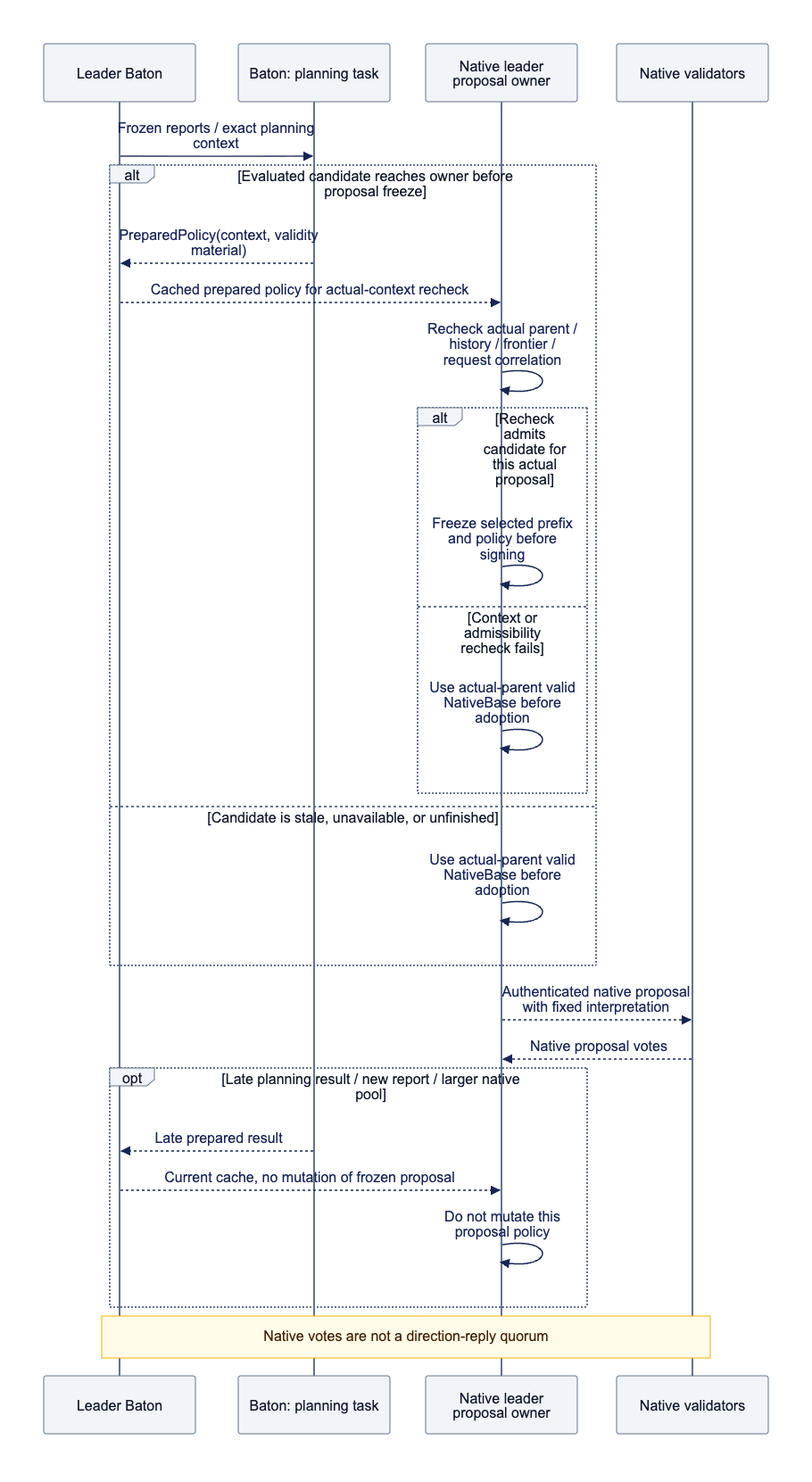
This is docs/assets/diagrams/diagram-12.png from djm07073/baton-research, a Mermaid export, as it was before one commit. Its source is kept beside it as docs/assets/diagrams/diagram-12.mmd.
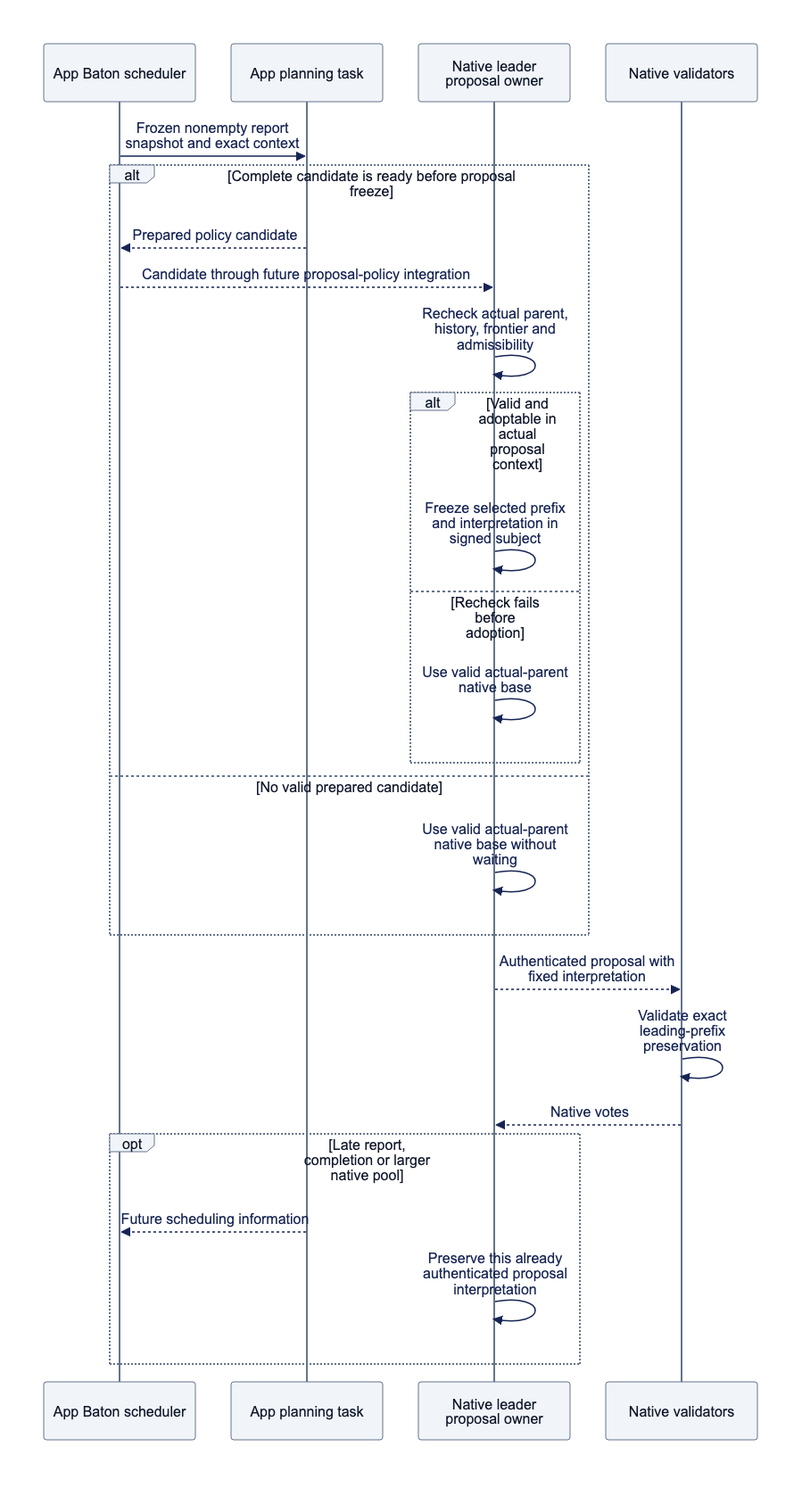
The same file after the commit.

Change to the diagram source:
```diff
@@ -1,26 +1,25 @@
 sequenceDiagram
-    participant L as Leader Baton
-    participant P as Baton: planning task
+    participant A as App Baton scheduler
+    participant P as App planning task
     participant N as Native leader proposal owner
     participant V as Native validators
-    L->>P: Frozen reports / exact planning context
-    alt Evaluated candidate reaches owner before proposal freeze
-        P-->>L: PreparedPolicy(context, validity material)
-        L-->>N: Cached prepared policy for actual-context recheck
-        N->>N: Recheck actual parent / history / frontier / request correlation
-        alt Recheck admits candidate for this actual proposal
-            N->>N: Freeze selected prefix and policy before signing
-        else Context or admissibility recheck fails
-            N->>N: Use actual-parent valid NativeBase before adoption
+    A->>P: Frozen nonempty report snapshot and exact context
+    alt Complete candidate is ready before proposal freeze
+        P-->>A: Prepared policy candidate
+        A-->>N: Candidate through future proposal-policy integration
+        N->>N: Recheck actual parent, history, frontier and admissibility
+        alt Valid and adoptable in actual proposal context
+            N->>N: Freeze selected prefix and interpretation in signed subject
+        else Recheck fails before adoption
+            N->>N: Use valid actual-parent native base
         end
-    else Candidate is stale, unavailable, or unfinished
-        N->>N: Use actual-parent valid NativeBase before adoption
+    else No valid prepared candidate
+        N->>N: Use valid actual-parent native base without waiting
     end
-    N-->>V: Authenticated native proposal with fixed interpretation
-    V-->>N: Native proposal votes
-    opt Late planning result / new report / larger native pool
-        P-->>L: Late prepared result
-        L-->>N: Current cache, no mutation of frozen proposal
-        N->>N: Do not mutate this proposal policy
+    N-->>V: Authenticated proposal with fixed interpretation
+    V->>V: Validate exact leading-prefix preservation
+    V-->>N: Native votes
+    opt Late report, completion or larger native pool
+        P-->>A: Future scheduling information
+        N->>N: Preserve this already authenticated proposal interpretation
     end
-    Note over L,V: Native votes are not a direction-reply quorum
```
